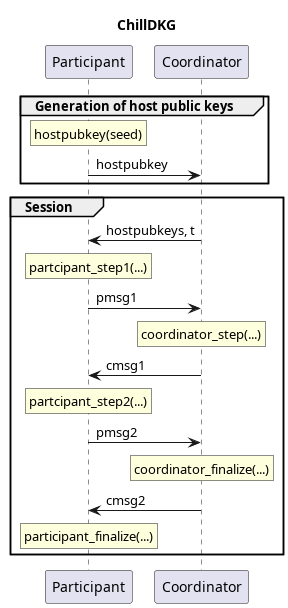
This is images/chilldkg-sequence.png from BlockstreamResearch/bip-frost-dkg, a PlantUML export, as it was before one commit.
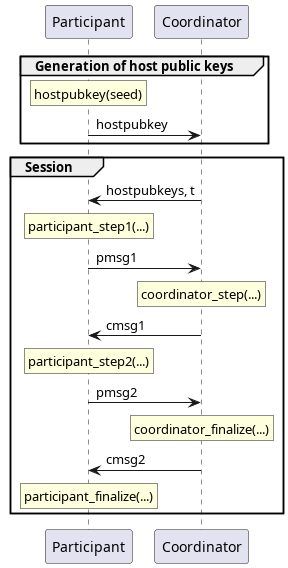
The same diagram one commit later.

Diff of the diagram source:
```diff
@@ -1,5 +1,4 @@
 @startuml
-title ChillDKG
 participant Participant
 participant Coordinator
 
@@ -10,11 +9,11 @@
 
 group Session
 Coordinator->Participant: hostpubkeys, t
-rnote over Participant: partcipant_step1(...)
+rnote over Participant: participant_step1(...)
 Participant->Coordinator: pmsg1
 rnote over Coordinator: coordinator_step(...)
 Coordinator->Participant: cmsg1
-rnote over Participant: partcipant_step2(...)
+rnote over Participant: participant_step2(...)
 Participant->Coordinator: pmsg2
 rnote over Coordinator: coordinator_finalize(...)
 Coordinator->Participant: cmsg2
```
